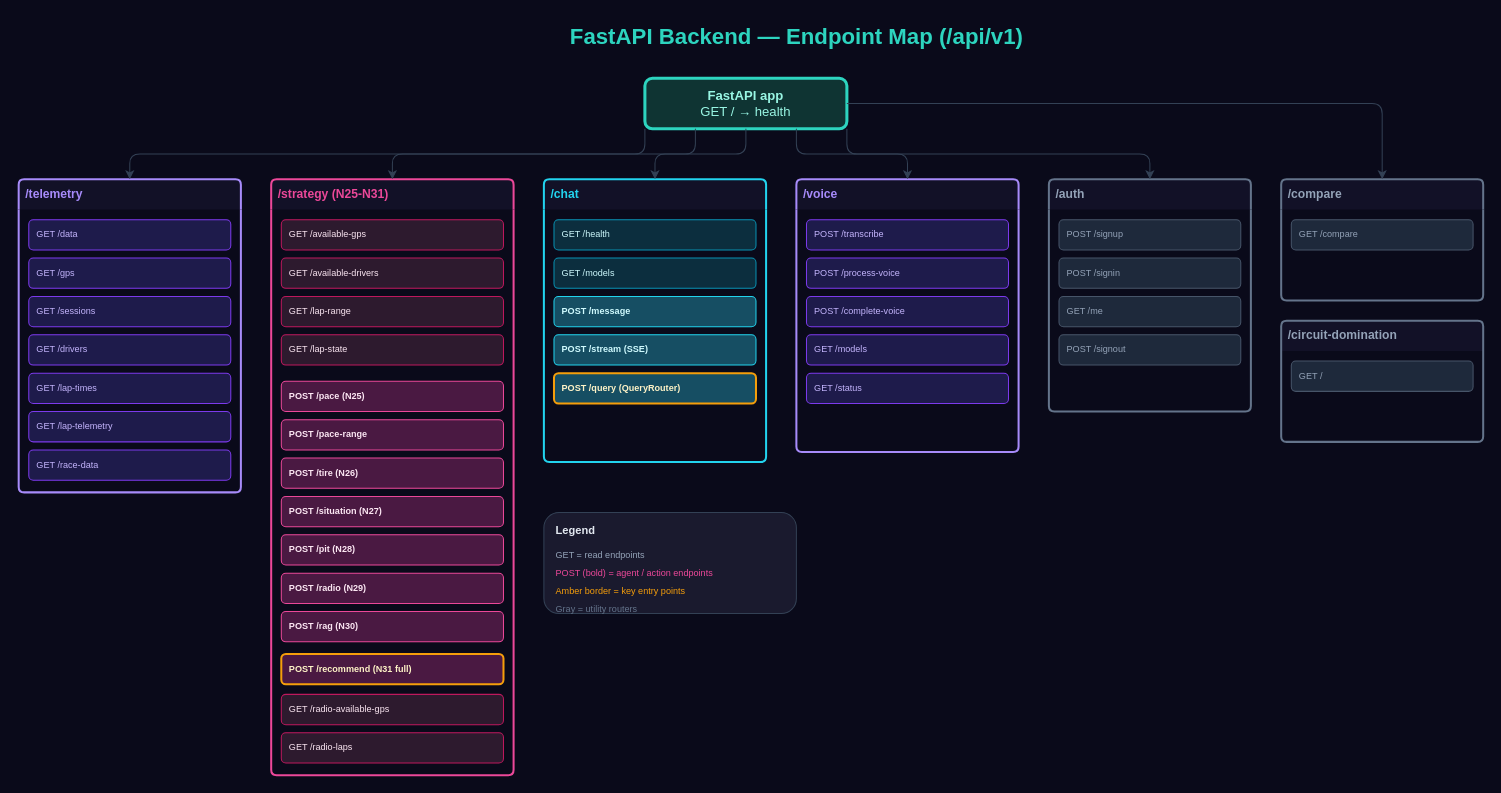
Above: docs/diagrams/backend_api.drawio in VforVitorio/F1-StratLab (draw.io), before the change. Source tidied: cells renumbered, new cells numbered last; positions are measured from the earlier drawing's top-left corner, leaving out a move shared by most shapes. Both pictures are drawn from the tidied source at 101%, with x=0, y=0 at pixel (18, 17).
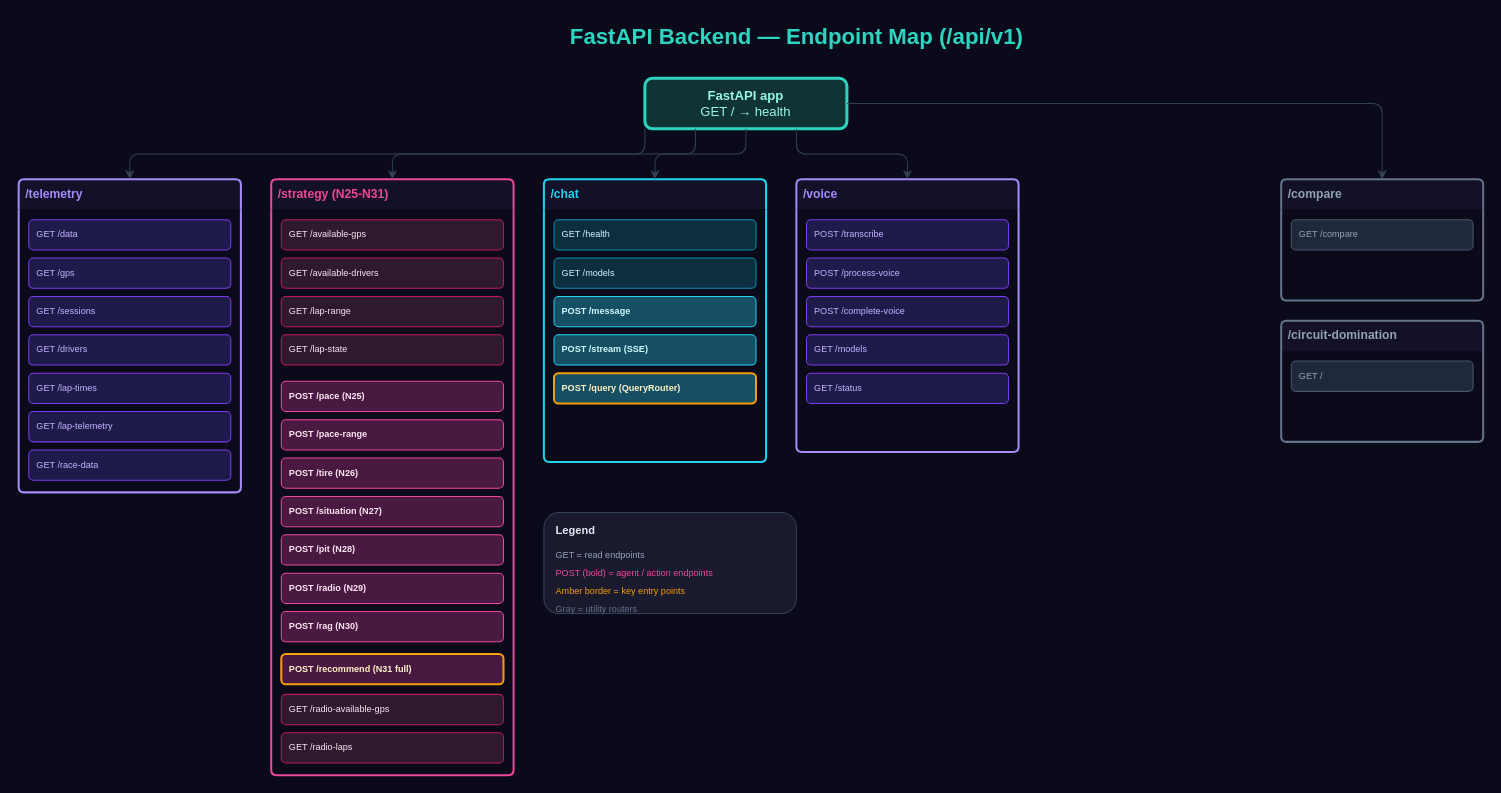
After the change.

Commit message:
docs(diagrams): remove /api/v1/auth endpoints from backend_api drawio

Unchanged cells that the change refers to:
```xml
<mxCell id="3" value="&lt;b&gt;FastAPI app&lt;/b&gt;&lt;br&gt;GET / &amp;rarr; health" style="rounded=1;whiteSpace=wrap;html=1;fillColor=#0f3433;strokeColor=#2dd4bf;strokeWidth=3;fontColor=#99f6e4;fontSize=13;" parent="1" vertex="1">
  <mxGeometry x="620" y="60" width="200" height="50" as="geometry" />
</mxCell>
```

What changed in the source:
```diff
@@
-    <mxCell id="43" style="swimlane;html=1;startSize=30;fillColor=#121127;strokeColor=#64748b;strokeWidth=2;rounded=1;arcSize=6;swimlaneLine=0;" parent="1" vertex="1">
-      <mxGeometry x="1020" y="160" width="200" height="230" as="geometry" />
-    </mxCell>
-    <mxCell id="44" value="/auth" style="text;html=1;align=left;verticalAlign=middle;fontSize=12;fontStyle=1;fontColor=#94a3b8;fillColor=none;strokeColor=none;" parent="43" vertex="1">
-      <mxGeometry x="5" width="180" height="30" as="geometry" />
-    </mxCell>
-    <mxCell id="45" value="POST /signup" style="rounded=1;whiteSpace=wrap;html=1;fillColor=#1e293b;strokeColor=#475569;fontColor=#94a3b8;fontSize=9;align=left;spacingLeft=6;" parent="43" vertex="1">
-      <mxGeometry x="10" y="40" width="180" height="30" as="geometry" />
-    </mxCell>
-    <mxCell id="46" value="POST /signin" style="rounded=1;whiteSpace=wrap;html=1;fillColor=#1e293b;strokeColor=#475569;fontColor=#94a3b8;fontSize=9;align=left;spacingLeft=6;" parent="43" vertex="1">
-      <mxGeometry x="10" y="78" width="180" height="30" as="geometry" />
-    </mxCell>
-    <mxCell id="47" value="GET /me" style="rounded=1;whiteSpace=wrap;html=1;fillColor=#1e293b;strokeColor=#475569;fontColor=#94a3b8;fontSize=9;align=left;spacingLeft=6;" parent="43" vertex="1">
-      <mxGeometry x="10" y="116" width="180" height="30" as="geometry" />
-    </mxCell>
-    <mxCell id="48" value="POST /signout" style="rounded=1;whiteSpace=wrap;html=1;fillColor=#1e293b;strokeColor=#475569;fontColor=#94a3b8;fontSize=9;align=left;spacingLeft=6;" parent="43" vertex="1">
-      <mxGeometry x="10" y="154" width="180" height="30" as="geometry" />
-    </mxCell>
@@
-    <mxCell id="59" style="edgeStyle=orthogonalEdgeStyle;rounded=1;html=1;strokeColor=#334155;strokeWidth=1;exitX=1;exitY=1;exitDx=0;exitDy=0;entryX=0.5;entryY=0;entryDx=0;entryDy=0;" parent="1" edge="1" source="3" target="43">
-      <mxGeometry relative="1" as="geometry" />
-    </mxCell>
```
